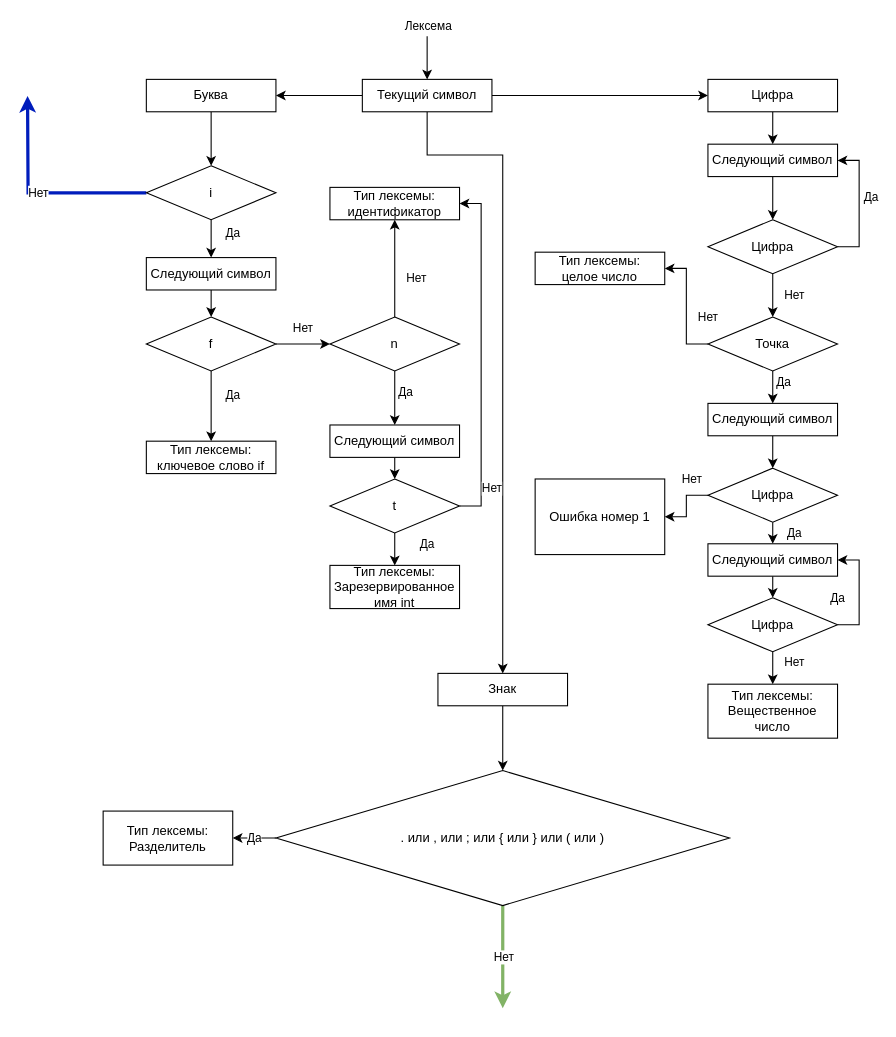
Earlier version of the draw.io diagram finally_automat1.drawio (DieNice/CourseTranslator). Source tidied: cells renumbered, new cells numbered last; positions are measured from the earlier drawing's top-left corner, leaving out a move shared by most shapes. Both pictures are drawn from the tidied source at 108%, with x=0, y=0 at pixel (27, 36).
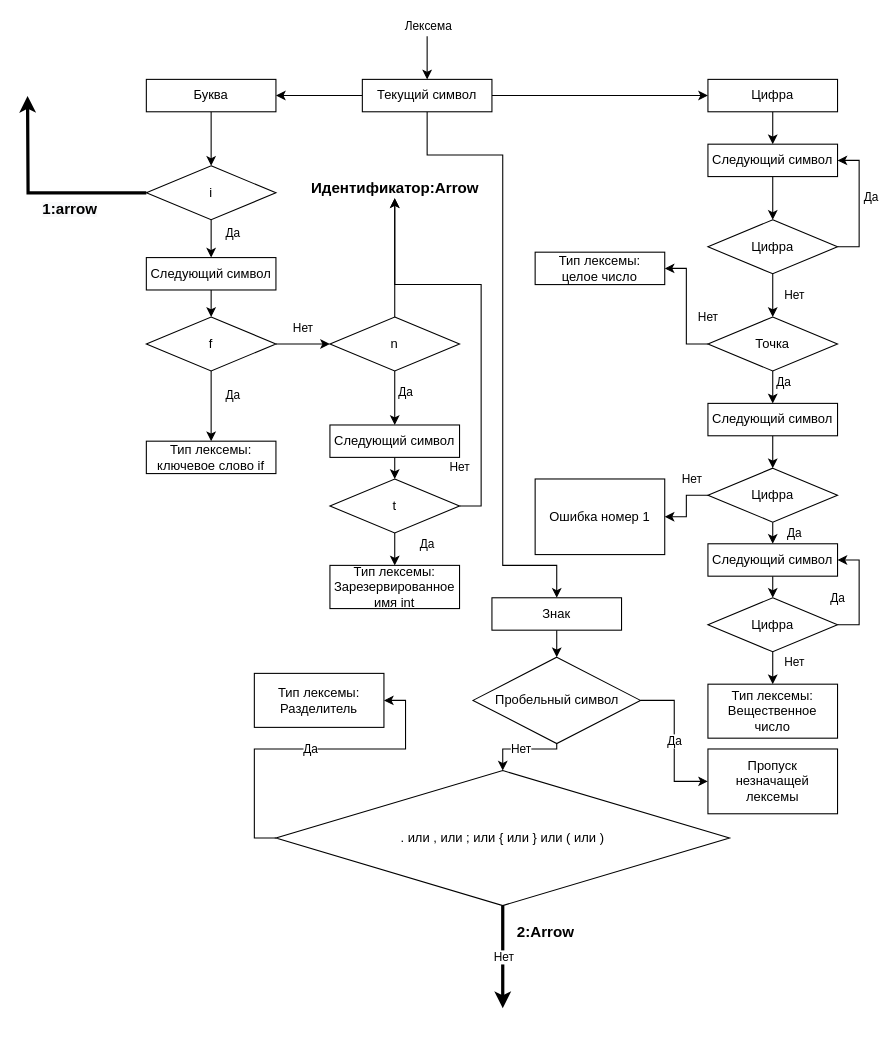
After the change.

The change refers to these unchanged cells:
```xml
<mxCell id="5" value="Текущий символ" style="rounded=0;whiteSpace=wrap;html=1;" parent="1" vertex="1">
  <mxGeometry x="310" y="40" width="120" height="30" as="geometry" />
</mxCell>
<mxCell id="36" value="i" style="rhombus;whiteSpace=wrap;html=1;" parent="1" vertex="1">
  <mxGeometry x="110" y="120" width="120" height="50" as="geometry" />
</mxCell>
<mxCell id="43" value="n" style="rhombus;whiteSpace=wrap;html=1;" parent="1" vertex="1">
  <mxGeometry x="280" y="260" width="120" height="50" as="geometry" />
</mxCell>
<mxCell id="47" value="t" style="rhombus;whiteSpace=wrap;html=1;" parent="1" vertex="1">
  <mxGeometry x="280" y="410" width="120" height="50" as="geometry" />
</mxCell>
<mxCell id="58" value=". или , или ; или { или } или ( или )" style="rhombus;whiteSpace=wrap;html=1;" parent="1" vertex="1">
  <mxGeometry x="230" y="680" width="420" height="125" as="geometry" />
</mxCell>
```

What changed in the source:
```diff
@@
     <mxCell id="4" style="edgeStyle=orthogonalEdgeStyle;rounded=0;jettySize=auto;html=1;exitX=0.5;exitY=1;exitDx=0;exitDy=0;entryX=0.5;entryY=0;entryDx=0;entryDy=0;" parent="1" edge="1" source="5" target="55">
       <mxGeometry relative="1" as="geometry">
         <Array as="points">
           <mxPoint x="370" y="110" />
           <mxPoint x="440" y="110" />
+          <mxPoint x="440" y="490" />
+          <mxPoint x="490" y="490" />
         </Array>
       </mxGeometry>
     </mxCell>
@@
-    <mxCell id="33" value="Нет" style="edgeStyle=orthogonalEdgeStyle;rounded=0;jettySize=auto;html=1;strokeWidth=3;fillColor=#0050ef;strokeColor=#001DBC;" parent="1" edge="1" source="36">
-      <mxGeometry relative="1" as="geometry">
+    <mxCell id="33" value="&lt;b style=&quot;font-size: 12px ; background-color: rgb(248 , 249 , 250)&quot;&gt;&lt;font style=&quot;font-size: 14px&quot;&gt;1:arrow&lt;/font&gt;&lt;/b&gt;" style="edgeStyle=orthogonalEdgeStyle;rounded=0;jettySize=auto;html=1;strokeWidth=3;fillColor=#0050ef;" parent="1" edge="1" source="36">
+      <mxGeometry x="-0.3" y="15" relative="1" as="geometry">
         <mxPoint y="55.3" as="targetPoint" />
+        <mxPoint x="-1" as="offset" />
       </mxGeometry>
     </mxCell>
@@
-    <mxCell id="41" value="Нет" style="edgeStyle=orthogonalEdgeStyle;rounded=0;jettySize=auto;html=1;exitX=0.5;exitY=0;exitDx=0;exitDy=0;entryX=0.5;entryY=1;entryDx=0;entryDy=0;" parent="1" edge="1" source="43" target="44">
-      <mxGeometry x="-0.2" y="-20" relative="1" as="geometry" />
+    <mxCell id="41" value="&lt;b&gt;&lt;font style=&quot;font-size: 14px&quot;&gt;Идентификатор:Arrow&lt;/font&gt;&lt;/b&gt;" style="edgeStyle=orthogonalEdgeStyle;rounded=0;jettySize=auto;html=1;exitX=0.5;exitY=0;exitDx=0;exitDy=0;" parent="1" edge="1" source="43">
+      <mxGeometry x="1" y="10" relative="1" as="geometry">
+        <mxPoint x="340" y="150" as="targetPoint" />
+        <mxPoint x="10" y="-9" as="offset" />
+      </mxGeometry>
     </mxCell>
@@
-    <mxCell id="44" value="Тип лексемы:&lt;br&gt;идентификатор" style="rounded=0;whiteSpace=wrap;html=1;" parent="1" vertex="1">
-      <mxGeometry x="280" y="140" width="120" height="30" as="geometry" />
-    </mxCell>
-    <mxCell id="45" value="Нет" style="edgeStyle=orthogonalEdgeStyle;rounded=0;jettySize=auto;html=1;exitX=1;exitY=0.5;exitDx=0;exitDy=0;entryX=1;entryY=0.5;entryDx=0;entryDy=0;" parent="1" edge="1" source="47" target="44">
-      <mxGeometry x="-0.87" y="18" relative="1" as="geometry">
-        <mxPoint x="28" y="-15" as="offset" />
+    <mxCell id="45" value="Нет" style="edgeStyle=orthogonalEdgeStyle;rounded=0;jettySize=auto;html=1;exitX=1;exitY=0.5;exitDx=0;exitDy=0;" parent="1" edge="1" source="47">
+      <mxGeometry x="-0.71" y="20" relative="1" as="geometry">
+        <mxPoint x="340" y="150" as="targetPoint" />
+        <Array as="points">
+          <mxPoint x="420" y="435" />
+          <mxPoint x="420" y="230" />
+          <mxPoint x="340" y="230" />
+        </Array>
       </mxGeometry>
     </mxCell>
@@
-    <mxCell id="54" style="edgeStyle=orthogonalEdgeStyle;rounded=0;jettySize=auto;html=1;exitX=0.5;exitY=1;exitDx=0;exitDy=0;entryX=0.5;entryY=0;entryDx=0;entryDy=0;" parent="1" edge="1" source="55" target="58">
+    <mxCell id="54" style="edgeStyle=orthogonalEdgeStyle;rounded=0;jettySize=auto;html=1;exitX=0.5;exitY=1;exitDx=0;exitDy=0;entryX=0.5;entryY=0;entryDx=0;entryDy=0;" parent="1" edge="1" source="55" target="63">
       <mxGeometry relative="1" as="geometry" />
     </mxCell>
     <mxCell id="55" value="Знак" style="rounded=0;whiteSpace=wrap;html=1;" parent="1" vertex="1">
-      <mxGeometry x="380" y="590" width="120" height="30" as="geometry" />
+      <mxGeometry x="430" y="520" width="120" height="30" as="geometry" />
     </mxCell>
@@
-    <mxCell id="57" value="Нет" style="edgeStyle=orthogonalEdgeStyle;rounded=0;jettySize=auto;html=1;exitX=0.5;exitY=1;exitDx=0;exitDy=0;fillColor=#d5e8d4;strokeColor=#82b366;strokeWidth=3;" parent="1" edge="1" source="58">
+    <mxCell id="57" value="Нет" style="edgeStyle=orthogonalEdgeStyle;rounded=0;jettySize=auto;html=1;exitX=0.5;exitY=1;exitDx=0;exitDy=0;fillColor=#d5e8d4;strokeWidth=3;" parent="1" edge="1" source="58">
       <mxGeometry relative="1" as="geometry">
         <mxPoint x="440" y="900" as="targetPoint" />
       </mxGeometry>
     </mxCell>
@@
     <mxCell id="59" value="Тип лексемы:&lt;br&gt;Разделитель" style="rounded=0;whiteSpace=wrap;html=1;" parent="1" vertex="1">
-      <mxGeometry x="70" y="717.5" width="120" height="50" as="geometry" />
+      <mxGeometry x="210" y="590" width="120" height="50" as="geometry" />
     </mxCell>
+    <mxCell id="60" value="&lt;b&gt;&lt;font style=&quot;font-size: 14px&quot;&gt;2:Arrow&lt;/font&gt;&lt;/b&gt;" style="text;html=1;strokeColor=none;fillColor=none;align=center;verticalAlign=middle;whiteSpace=wrap;rounded=0;" parent="1" vertex="1">
+      <mxGeometry x="460" y="820" width="40" height="20" as="geometry" />
+    </mxCell>
+    <mxCell id="61" value="Нет" style="edgeStyle=orthogonalEdgeStyle;rounded=0;jettySize=auto;html=1;exitX=0.5;exitY=1;exitDx=0;exitDy=0;strokeColor=#000000;" parent="1" edge="1" source="63" target="58">
+      <mxGeometry relative="1" as="geometry">
+        <Array as="points">
+          <mxPoint x="490" y="660" />
+          <mxPoint x="440" y="660" />
+        </Array>
+      </mxGeometry>
+    </mxCell>
+    <mxCell id="62" value="Да" style="edgeStyle=orthogonalEdgeStyle;rounded=0;jettySize=auto;html=1;exitX=1;exitY=0.5;exitDx=0;exitDy=0;strokeColor=#000000;entryX=0;entryY=0.5;entryDx=0;entryDy=0;" parent="1" edge="1" source="63" target="64">
+      <mxGeometry relative="1" as="geometry" />
+    </mxCell>
+    <mxCell id="63" value="Пробельный символ" style="rhombus;whiteSpace=wrap;html=1;" parent="1" vertex="1">
+      <mxGeometry x="412.5" y="575" width="155" height="80" as="geometry" />
+    </mxCell>
+    <mxCell id="64" value="Пропуск &lt;br&gt;незначащей лексемы" style="rounded=0;whiteSpace=wrap;html=1;" parent="1" vertex="1">
+      <mxGeometry x="630" y="660" width="120" height="60" as="geometry" />
+    </mxCell>
```
